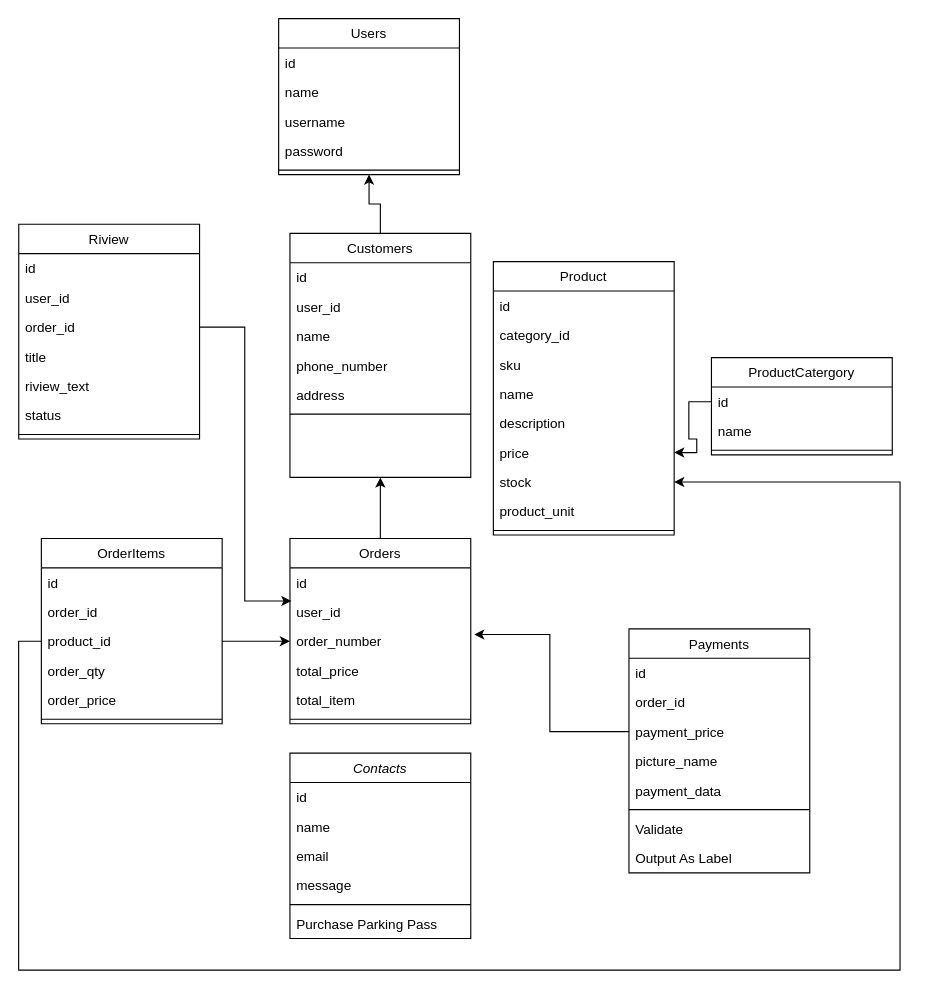
This is page "Page-1" (1 of 7) of File_Proyek3/diagram class.drawio from aldinurhanudin/Vmart_API, a draw.io file, before an edit. Source tidied: cells renumbered, new cells numbered last; positions are measured from the earlier drawing's top-left corner, leaving out a move shared by most shapes. Both pictures are drawn from the tidied source at 113%, with x=0, y=0 at pixel (18, 18).
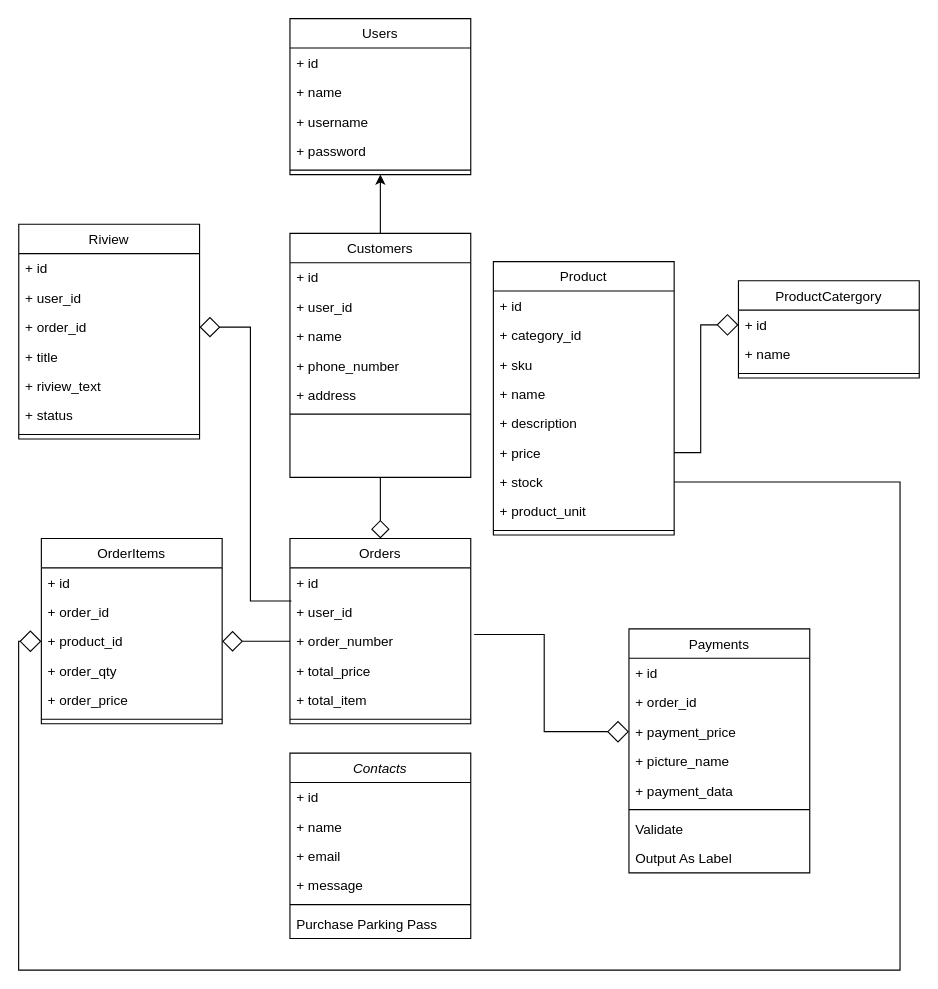
The same diagram, later.

Commit message:
diagram class

The change refers to these unchanged cells:
```xml
<mxCell id="2" value="Contacts" style="swimlane;fontStyle=2;align=center;verticalAlign=top;horizontal=1;startSize=26;rounded=0;shadow=0;strokeWidth=1;" parent="1" vertex="1">
  <mxGeometry x="240.1" y="650" width="160" height="164" as="geometry" />
</mxCell>
<mxCell id="10" value="Customers" style="swimlane;fontStyle=0;align=center;verticalAlign=top;horizontal=1;startSize=26;rounded=0;shadow=0;strokeWidth=1;" parent="1" vertex="1">
  <mxGeometry x="240.1" y="190" width="160" height="216" as="geometry" />
</mxCell>
<mxCell id="17" value="Product" style="swimlane;fontStyle=0;align=center;verticalAlign=top;horizontal=1;startSize=26;rounded=0;shadow=0;strokeWidth=1;" parent="1" vertex="1">
  <mxGeometry x="420.1" y="215" width="160" height="242" as="geometry" />
</mxCell>
<mxCell id="27" value="Payments" style="swimlane;fontStyle=0;align=center;verticalAlign=top;horizontal=1;startSize=26;rounded=0;shadow=0;strokeWidth=1;" parent="1" vertex="1">
  <mxGeometry x="540.1" y="540" width="160" height="216" as="geometry" />
</mxCell>
<mxCell id="43" value="Orders" style="swimlane;fontStyle=0;align=center;verticalAlign=top;horizontal=1;startSize=26;rounded=0;shadow=0;strokeWidth=1;" parent="1" vertex="1">
  <mxGeometry x="240.1" y="460" width="160" height="164" as="geometry" />
</mxCell>
<mxCell id="50" value="OrderItems" style="swimlane;fontStyle=0;align=center;verticalAlign=top;horizontal=1;startSize=26;rounded=0;shadow=0;strokeWidth=1;" parent="1" vertex="1">
  <mxGeometry x="20.1" y="460" width="160" height="164" as="geometry" />
</mxCell>
<mxCell id="61" value="Riview" style="swimlane;fontStyle=0;align=center;verticalAlign=top;horizontal=1;startSize=26;rounded=0;shadow=0;strokeWidth=1;" parent="1" vertex="1">
  <mxGeometry x="0.1" y="182" width="160" height="190" as="geometry" />
</mxCell>
```

Change to the diagram source:
```diff
@@
-    <mxCell id="3" value="id" style="text;align=left;verticalAlign=top;spacingLeft=4;spacingRight=4;overflow=hidden;" parent="2" vertex="1">
+    <mxCell id="3" value="+ id" style="text;align=left;verticalAlign=top;spacingLeft=4;spacingRight=4;overflow=hidden;" parent="2" vertex="1">
       <mxGeometry y="26" width="160" height="26" as="geometry" />
     </mxCell>
-    <mxCell id="4" value="name" style="text;align=left;verticalAlign=top;spacingLeft=4;spacingRight=4;overflow=hidden;rounded=0;shadow=0;html=0;" parent="2" vertex="1">
+    <mxCell id="4" value="+ name" style="text;align=left;verticalAlign=top;spacingLeft=4;spacingRight=4;overflow=hidden;rounded=0;shadow=0;html=0;" parent="2" vertex="1">
       <mxGeometry y="52" width="160" height="26" as="geometry" />
     </mxCell>
-    <mxCell id="5" value="email" style="text;align=left;verticalAlign=top;spacingLeft=4;spacingRight=4;overflow=hidden;rounded=0;shadow=0;html=0;" parent="2" vertex="1">
+    <mxCell id="5" value="+ email" style="text;align=left;verticalAlign=top;spacingLeft=4;spacingRight=4;overflow=hidden;rounded=0;shadow=0;html=0;" parent="2" vertex="1">
       <mxGeometry y="78" width="160" height="26" as="geometry" />
     </mxCell>
-    <mxCell id="6" value="message" style="text;align=left;verticalAlign=top;spacingLeft=4;spacingRight=4;overflow=hidden;rounded=0;shadow=0;html=0;" parent="2" vertex="1">
+    <mxCell id="6" value="+ message" style="text;align=left;verticalAlign=top;spacingLeft=4;spacingRight=4;overflow=hidden;rounded=0;shadow=0;html=0;" parent="2" vertex="1">
       <mxGeometry y="104" width="160" height="26" as="geometry" />
     </mxCell>
@@
-    <mxCell id="11" value="id" style="text;align=left;verticalAlign=top;spacingLeft=4;spacingRight=4;overflow=hidden;" parent="10" vertex="1">
+    <mxCell id="11" value="+ id" style="text;align=left;verticalAlign=top;spacingLeft=4;spacingRight=4;overflow=hidden;" parent="10" vertex="1">
       <mxGeometry y="26" width="160" height="26" as="geometry" />
     </mxCell>
-    <mxCell id="12" value="user_id" style="text;align=left;verticalAlign=top;spacingLeft=4;spacingRight=4;overflow=hidden;rounded=0;shadow=0;html=0;" parent="10" vertex="1">
+    <mxCell id="12" value="+ user_id" style="text;align=left;verticalAlign=top;spacingLeft=4;spacingRight=4;overflow=hidden;rounded=0;shadow=0;html=0;" parent="10" vertex="1">
       <mxGeometry y="52" width="160" height="26" as="geometry" />
     </mxCell>
-    <mxCell id="13" value="name" style="text;align=left;verticalAlign=top;spacingLeft=4;spacingRight=4;overflow=hidden;rounded=0;shadow=0;html=0;" parent="10" vertex="1">
+    <mxCell id="13" value="+ name" style="text;align=left;verticalAlign=top;spacingLeft=4;spacingRight=4;overflow=hidden;rounded=0;shadow=0;html=0;" parent="10" vertex="1">
       <mxGeometry y="78" width="160" height="26" as="geometry" />
     </mxCell>
-    <mxCell id="14" value="phone_number" style="text;align=left;verticalAlign=top;spacingLeft=4;spacingRight=4;overflow=hidden;rounded=0;shadow=0;html=0;" parent="10" vertex="1">
+    <mxCell id="14" value="+ phone_number" style="text;align=left;verticalAlign=top;spacingLeft=4;spacingRight=4;overflow=hidden;rounded=0;shadow=0;html=0;" parent="10" vertex="1">
       <mxGeometry y="104" width="160" height="26" as="geometry" />
     </mxCell>
-    <mxCell id="15" value="address" style="text;align=left;verticalAlign=top;spacingLeft=4;spacingRight=4;overflow=hidden;rounded=0;shadow=0;html=0;" parent="10" vertex="1">
+    <mxCell id="15" value="+ address" style="text;align=left;verticalAlign=top;spacingLeft=4;spacingRight=4;overflow=hidden;rounded=0;shadow=0;html=0;" parent="10" vertex="1">
       <mxGeometry y="130" width="160" height="26" as="geometry" />
     </mxCell>
@@
-    <mxCell id="18" value="id" style="text;align=left;verticalAlign=top;spacingLeft=4;spacingRight=4;overflow=hidden;" parent="17" vertex="1">
+    <mxCell id="18" value="+ id" style="text;align=left;verticalAlign=top;spacingLeft=4;spacingRight=4;overflow=hidden;" parent="17" vertex="1">
       <mxGeometry y="26" width="160" height="26" as="geometry" />
     </mxCell>
-    <mxCell id="19" value="category_id" style="text;align=left;verticalAlign=top;spacingLeft=4;spacingRight=4;overflow=hidden;" parent="17" vertex="1">
+    <mxCell id="19" value="+ category_id" style="text;align=left;verticalAlign=top;spacingLeft=4;spacingRight=4;overflow=hidden;" parent="17" vertex="1">
       <mxGeometry y="52" width="160" height="26" as="geometry" />
     </mxCell>
-    <mxCell id="20" value="sku" style="text;align=left;verticalAlign=top;spacingLeft=4;spacingRight=4;overflow=hidden;" parent="17" vertex="1">
+    <mxCell id="20" value="+ sku" style="text;align=left;verticalAlign=top;spacingLeft=4;spacingRight=4;overflow=hidden;" parent="17" vertex="1">
       <mxGeometry y="78" width="160" height="26" as="geometry" />
     </mxCell>
-    <mxCell id="21" value="name" style="text;align=left;verticalAlign=top;spacingLeft=4;spacingRight=4;overflow=hidden;" parent="17" vertex="1">
+    <mxCell id="21" value="+ name" style="text;align=left;verticalAlign=top;spacingLeft=4;spacingRight=4;overflow=hidden;" parent="17" vertex="1">
       <mxGeometry y="104" width="160" height="26" as="geometry" />
     </mxCell>
-    <mxCell id="22" value="description" style="text;align=left;verticalAlign=top;spacingLeft=4;spacingRight=4;overflow=hidden;" parent="17" vertex="1">
+    <mxCell id="22" value="+ description" style="text;align=left;verticalAlign=top;spacingLeft=4;spacingRight=4;overflow=hidden;" parent="17" vertex="1">
       <mxGeometry y="130" width="160" height="26" as="geometry" />
     </mxCell>
-    <mxCell id="23" value="price" style="text;align=left;verticalAlign=top;spacingLeft=4;spacingRight=4;overflow=hidden;points=[[0,0.5],[1,0.5]];portConstraint=eastwest;" parent="17" vertex="1">
+    <mxCell id="23" value="+ price" style="text;align=left;verticalAlign=top;spacingLeft=4;spacingRight=4;overflow=hidden;points=[[0,0.5],[1,0.5]];portConstraint=eastwest;" parent="17" vertex="1">
       <mxGeometry y="156" width="160" height="26" as="geometry" />
     </mxCell>
-    <mxCell id="24" value="stock" style="text;align=left;verticalAlign=top;spacingLeft=4;spacingRight=4;overflow=hidden;points=[[0,0.5],[1,0.5]];portConstraint=eastwest;" parent="17" vertex="1">
+    <mxCell id="24" value="+ stock" style="text;align=left;verticalAlign=top;spacingLeft=4;spacingRight=4;overflow=hidden;points=[[0,0.5],[1,0.5]];portConstraint=eastwest;" parent="17" vertex="1">
       <mxGeometry y="182" width="160" height="26" as="geometry" />
     </mxCell>
-    <mxCell id="25" value="product_unit" style="text;align=left;verticalAlign=top;spacingLeft=4;spacingRight=4;overflow=hidden;" parent="17" vertex="1">
+    <mxCell id="25" value="+ product_unit" style="text;align=left;verticalAlign=top;spacingLeft=4;spacingRight=4;overflow=hidden;" parent="17" vertex="1">
       <mxGeometry y="208" width="160" height="26" as="geometry" />
     </mxCell>
@@
-    <mxCell id="28" value="id" style="text;align=left;verticalAlign=top;spacingLeft=4;spacingRight=4;overflow=hidden;" parent="27" vertex="1">
+    <mxCell id="28" value="+ id" style="text;align=left;verticalAlign=top;spacingLeft=4;spacingRight=4;overflow=hidden;" parent="27" vertex="1">
       <mxGeometry y="26" width="160" height="26" as="geometry" />
     </mxCell>
-    <mxCell id="29" value="order_id" style="text;align=left;verticalAlign=top;spacingLeft=4;spacingRight=4;overflow=hidden;rounded=0;shadow=0;html=0;" parent="27" vertex="1">
+    <mxCell id="29" value="+ order_id" style="text;align=left;verticalAlign=top;spacingLeft=4;spacingRight=4;overflow=hidden;rounded=0;shadow=0;html=0;" parent="27" vertex="1">
       <mxGeometry y="52" width="160" height="26" as="geometry" />
     </mxCell>
-    <mxCell id="30" value="payment_price" style="text;align=left;verticalAlign=top;spacingLeft=4;spacingRight=4;overflow=hidden;points=[[0,0.5],[1,0.5]];portConstraint=eastwest;rounded=0;shadow=0;html=0;" parent="27" vertex="1">
+    <mxCell id="30" value="+ payment_price" style="text;align=left;verticalAlign=top;spacingLeft=4;spacingRight=4;overflow=hidden;points=[[0,0.5],[1,0.5]];portConstraint=eastwest;rounded=0;shadow=0;html=0;" parent="27" vertex="1">
       <mxGeometry y="78" width="160" height="26" as="geometry" />
     </mxCell>
-    <mxCell id="31" value="picture_name" style="text;align=left;verticalAlign=top;spacingLeft=4;spacingRight=4;overflow=hidden;rounded=0;shadow=0;html=0;" parent="27" vertex="1">
+    <mxCell id="31" value="+ picture_name" style="text;align=left;verticalAlign=top;spacingLeft=4;spacingRight=4;overflow=hidden;rounded=0;shadow=0;html=0;" parent="27" vertex="1">
       <mxGeometry y="104" width="160" height="26" as="geometry" />
     </mxCell>
-    <mxCell id="32" value="payment_data" style="text;align=left;verticalAlign=top;spacingLeft=4;spacingRight=4;overflow=hidden;rounded=0;shadow=0;html=0;" parent="27" vertex="1">
+    <mxCell id="32" value="+ payment_data" style="text;align=left;verticalAlign=top;spacingLeft=4;spacingRight=4;overflow=hidden;rounded=0;shadow=0;html=0;" parent="27" vertex="1">
       <mxGeometry y="130" width="160" height="26" as="geometry" />
     </mxCell>
@@
     <mxCell id="36" value="Users" style="swimlane;fontStyle=0;align=center;verticalAlign=top;horizontal=1;startSize=26;rounded=0;shadow=0;strokeWidth=1;" parent="1" vertex="1">
-      <mxGeometry x="230.1" width="160" height="138" as="geometry" />
+      <mxGeometry x="240.1" width="160" height="138" as="geometry" />
     </mxCell>
-    <mxCell id="37" value="id" style="text;align=left;verticalAlign=top;spacingLeft=4;spacingRight=4;overflow=hidden;" parent="36" vertex="1">
+    <mxCell id="37" value="+ id" style="text;align=left;verticalAlign=top;spacingLeft=4;spacingRight=4;overflow=hidden;" parent="36" vertex="1">
       <mxGeometry y="26" width="160" height="26" as="geometry" />
     </mxCell>
-    <mxCell id="38" value="name" style="text;align=left;verticalAlign=top;spacingLeft=4;spacingRight=4;overflow=hidden;" parent="36" vertex="1">
+    <mxCell id="38" value="+ name" style="text;align=left;verticalAlign=top;spacingLeft=4;spacingRight=4;overflow=hidden;" parent="36" vertex="1">
       <mxGeometry y="52" width="160" height="26" as="geometry" />
     </mxCell>
-    <mxCell id="39" value="username" style="text;align=left;verticalAlign=top;spacingLeft=4;spacingRight=4;overflow=hidden;" parent="36" vertex="1">
+    <mxCell id="39" value="+ username" style="text;align=left;verticalAlign=top;spacingLeft=4;spacingRight=4;overflow=hidden;" parent="36" vertex="1">
       <mxGeometry y="78" width="160" height="26" as="geometry" />
     </mxCell>
-    <mxCell id="40" value="password" style="text;align=left;verticalAlign=top;spacingLeft=4;spacingRight=4;overflow=hidden;" parent="36" vertex="1">
+    <mxCell id="40" value="+ password" style="text;align=left;verticalAlign=top;spacingLeft=4;spacingRight=4;overflow=hidden;" parent="36" vertex="1">
       <mxGeometry y="104" width="160" height="26" as="geometry" />
     </mxCell>
@@
-    <mxCell id="42" style="edgeStyle=orthogonalEdgeStyle;rounded=0;jettySize=auto;html=1;exitX=0.5;exitY=0;exitDx=0;exitDy=0;entryX=0.5;entryY=1;entryDx=0;entryDy=0;" parent="1" edge="1" source="43" target="10">
+    <mxCell id="42" style="edgeStyle=orthogonalEdgeStyle;rounded=0;jettySize=auto;html=1;exitX=0.5;exitY=0;exitDx=0;exitDy=0;entryX=0.5;entryY=1;entryDx=0;entryDy=0;startArrow=diamond;startFill=0;endArrow=none;endFill=0;startSize=14;" parent="1" edge="1" source="43" target="10">
       <mxGeometry relative="1" as="geometry" />
     </mxCell>
@@
-    <mxCell id="44" value="id" style="text;align=left;verticalAlign=top;spacingLeft=4;spacingRight=4;overflow=hidden;" parent="43" vertex="1">
+    <mxCell id="44" value="+ id" style="text;align=left;verticalAlign=top;spacingLeft=4;spacingRight=4;overflow=hidden;" parent="43" vertex="1">
       <mxGeometry y="26" width="160" height="26" as="geometry" />
     </mxCell>
-    <mxCell id="45" value="user_id" style="text;align=left;verticalAlign=top;spacingLeft=4;spacingRight=4;overflow=hidden;points=[[0,0.5],[1,0.5]];portConstraint=eastwest;" parent="43" vertex="1">
+    <mxCell id="45" value="+ user_id" style="text;align=left;verticalAlign=top;spacingLeft=4;spacingRight=4;overflow=hidden;points=[[0,0.5],[1,0.5]];portConstraint=eastwest;" parent="43" vertex="1">
       <mxGeometry y="52" width="160" height="26" as="geometry" />
     </mxCell>
-    <mxCell id="46" value="order_number" style="text;align=left;verticalAlign=top;spacingLeft=4;spacingRight=4;overflow=hidden;points=[[0,0.5],[1,0.5]];portConstraint=eastwest;" parent="43" vertex="1">
+    <mxCell id="46" value="+ order_number" style="text;align=left;verticalAlign=top;spacingLeft=4;spacingRight=4;overflow=hidden;points=[[0,0.5],[1,0.5]];portConstraint=eastwest;" parent="43" vertex="1">
       <mxGeometry y="78" width="160" height="26" as="geometry" />
     </mxCell>
-    <mxCell id="47" value="total_price" style="text;align=left;verticalAlign=top;spacingLeft=4;spacingRight=4;overflow=hidden;" parent="43" vertex="1">
+    <mxCell id="47" value="+ total_price" style="text;align=left;verticalAlign=top;spacingLeft=4;spacingRight=4;overflow=hidden;" parent="43" vertex="1">
       <mxGeometry y="104" width="160" height="26" as="geometry" />
     </mxCell>
-    <mxCell id="48" value="total_item" style="text;align=left;verticalAlign=top;spacingLeft=4;spacingRight=4;overflow=hidden;" parent="43" vertex="1">
+    <mxCell id="48" value="+ total_item" style="text;align=left;verticalAlign=top;spacingLeft=4;spacingRight=4;overflow=hidden;" parent="43" vertex="1">
       <mxGeometry y="130" width="160" height="26" as="geometry" />
     </mxCell>
@@
-    <mxCell id="51" value="id" style="text;align=left;verticalAlign=top;spacingLeft=4;spacingRight=4;overflow=hidden;" parent="50" vertex="1">
+    <mxCell id="51" value="+ id" style="text;align=left;verticalAlign=top;spacingLeft=4;spacingRight=4;overflow=hidden;" parent="50" vertex="1">
       <mxGeometry y="26" width="160" height="26" as="geometry" />
     </mxCell>
-    <mxCell id="52" value="order_id" style="text;align=left;verticalAlign=top;spacingLeft=4;spacingRight=4;overflow=hidden;" parent="50" vertex="1">
+    <mxCell id="52" value="+ order_id" style="text;align=left;verticalAlign=top;spacingLeft=4;spacingRight=4;overflow=hidden;" parent="50" vertex="1">
       <mxGeometry y="52" width="160" height="26" as="geometry" />
     </mxCell>
-    <mxCell id="53" value="product_id" style="text;align=left;verticalAlign=top;spacingLeft=4;spacingRight=4;overflow=hidden;points=[[0,0.5],[1,0.5]];portConstraint=eastwest;" parent="50" vertex="1">
+    <mxCell id="53" value="+ product_id" style="text;align=left;verticalAlign=top;spacingLeft=4;spacingRight=4;overflow=hidden;points=[[0,0.5],[1,0.5]];portConstraint=eastwest;" parent="50" vertex="1">
       <mxGeometry y="78" width="160" height="26" as="geometry" />
     </mxCell>
-    <mxCell id="54" value="order_qty" style="text;align=left;verticalAlign=top;spacingLeft=4;spacingRight=4;overflow=hidden;" parent="50" vertex="1">
+    <mxCell id="54" value="+ order_qty" style="text;align=left;verticalAlign=top;spacingLeft=4;spacingRight=4;overflow=hidden;" parent="50" vertex="1">
       <mxGeometry y="104" width="160" height="26" as="geometry" />
     </mxCell>
-    <mxCell id="55" value="order_price" style="text;align=left;verticalAlign=top;spacingLeft=4;spacingRight=4;overflow=hidden;" parent="50" vertex="1">
+    <mxCell id="55" value="+ order_price" style="text;align=left;verticalAlign=top;spacingLeft=4;spacingRight=4;overflow=hidden;" parent="50" vertex="1">
       <mxGeometry y="130" width="160" height="26" as="geometry" />
     </mxCell>
@@
     <mxCell id="57" value="ProductCatergory" style="swimlane;fontStyle=0;align=center;verticalAlign=top;horizontal=1;startSize=26;rounded=0;shadow=0;strokeWidth=1;" parent="1" vertex="1">
-      <mxGeometry x="613.1" y="300" width="160" height="86" as="geometry" />
+      <mxGeometry x="637" y="232" width="160" height="86" as="geometry" />
     </mxCell>
-    <mxCell id="58" value="id" style="text;align=left;verticalAlign=top;spacingLeft=4;spacingRight=4;overflow=hidden;points=[[0,0.5],[1,0.5]];portConstraint=eastwest;" parent="57" vertex="1">
+    <mxCell id="58" value="+ id" style="text;align=left;verticalAlign=top;spacingLeft=4;spacingRight=4;overflow=hidden;points=[[0,0.5],[1,0.5]];portConstraint=eastwest;" parent="57" vertex="1">
       <mxGeometry y="26" width="160" height="26" as="geometry" />
     </mxCell>
-    <mxCell id="59" value="name" style="text;align=left;verticalAlign=top;spacingLeft=4;spacingRight=4;overflow=hidden;" parent="57" vertex="1">
+    <mxCell id="59" value="+ name" style="text;align=left;verticalAlign=top;spacingLeft=4;spacingRight=4;overflow=hidden;" parent="57" vertex="1">
       <mxGeometry y="52" width="160" height="26" as="geometry" />
     </mxCell>
@@
-    <mxCell id="62" value="id" style="text;align=left;verticalAlign=top;spacingLeft=4;spacingRight=4;overflow=hidden;" parent="61" vertex="1">
+    <mxCell id="62" value="+ id" style="text;align=left;verticalAlign=top;spacingLeft=4;spacingRight=4;overflow=hidden;" parent="61" vertex="1">
       <mxGeometry y="26" width="160" height="26" as="geometry" />
     </mxCell>
-    <mxCell id="63" value="user_id" style="text;align=left;verticalAlign=top;spacingLeft=4;spacingRight=4;overflow=hidden;" parent="61" vertex="1">
+    <mxCell id="63" value="+ user_id" style="text;align=left;verticalAlign=top;spacingLeft=4;spacingRight=4;overflow=hidden;" parent="61" vertex="1">
       <mxGeometry y="52" width="160" height="26" as="geometry" />
     </mxCell>
-    <mxCell id="64" value="order_id" style="text;align=left;verticalAlign=top;spacingLeft=4;spacingRight=4;overflow=hidden;points=[[0,0.5],[1,0.5]];portConstraint=eastwest;" parent="61" vertex="1">
+    <mxCell id="64" value="+ order_id" style="text;align=left;verticalAlign=top;spacingLeft=4;spacingRight=4;overflow=hidden;points=[[0,0.5],[1,0.5]];portConstraint=eastwest;" parent="61" vertex="1">
       <mxGeometry y="78" width="160" height="26" as="geometry" />
     </mxCell>
-    <mxCell id="65" value="title" style="text;align=left;verticalAlign=top;spacingLeft=4;spacingRight=4;overflow=hidden;" parent="61" vertex="1">
+    <mxCell id="65" value="+ title" style="text;align=left;verticalAlign=top;spacingLeft=4;spacingRight=4;overflow=hidden;" parent="61" vertex="1">
       <mxGeometry y="104" width="160" height="26" as="geometry" />
     </mxCell>
-    <mxCell id="66" value="riview_text" style="text;align=left;verticalAlign=top;spacingLeft=4;spacingRight=4;overflow=hidden;" parent="61" vertex="1">
+    <mxCell id="66" value="+ riview_text" style="text;align=left;verticalAlign=top;spacingLeft=4;spacingRight=4;overflow=hidden;" parent="61" vertex="1">
       <mxGeometry y="130" width="160" height="26" as="geometry" />
     </mxCell>
-    <mxCell id="67" value="status" style="text;align=left;verticalAlign=top;spacingLeft=4;spacingRight=4;overflow=hidden;" parent="61" vertex="1">
+    <mxCell id="67" value="+ status" style="text;align=left;verticalAlign=top;spacingLeft=4;spacingRight=4;overflow=hidden;" parent="61" vertex="1">
       <mxGeometry y="156" width="160" height="26" as="geometry" />
     </mxCell>
@@
-    <mxCell id="69" style="edgeStyle=orthogonalEdgeStyle;rounded=0;jettySize=auto;html=1;exitX=0;exitY=0.5;exitDx=0;exitDy=0;entryX=1;entryY=0.5;entryDx=0;entryDy=0;" parent="1" edge="1" source="58" target="23">
+    <mxCell id="69" style="edgeStyle=orthogonalEdgeStyle;rounded=0;jettySize=auto;html=1;exitX=0;exitY=0.5;exitDx=0;exitDy=0;entryX=1;entryY=0.5;entryDx=0;entryDy=0;startArrow=diamond;startFill=0;endArrow=none;endFill=0;startSize=17;" parent="1" edge="1" source="58" target="23">
       <mxGeometry relative="1" as="geometry" />
     </mxCell>
-    <mxCell id="70" style="edgeStyle=orthogonalEdgeStyle;rounded=0;jettySize=auto;html=1;exitX=0;exitY=0.5;exitDx=0;exitDy=0;entryX=1.019;entryY=1.269;entryDx=0;entryDy=0;entryPerimeter=0;" parent="1" edge="1" source="30" target="45">
+    <mxCell id="70" style="edgeStyle=orthogonalEdgeStyle;rounded=0;jettySize=auto;html=1;exitX=0;exitY=0.5;exitDx=0;exitDy=0;entryX=1.019;entryY=1.269;entryDx=0;entryDy=0;entryPerimeter=0;startArrow=diamond;startFill=0;startSize=17;endArrow=none;endFill=0;" parent="1" edge="1" source="30" target="45">
       <mxGeometry relative="1" as="geometry" />
     </mxCell>
-    <mxCell id="71" style="edgeStyle=orthogonalEdgeStyle;rounded=0;jettySize=auto;html=1;exitX=1;exitY=0.5;exitDx=0;exitDy=0;entryX=0;entryY=0.5;entryDx=0;entryDy=0;" parent="1" edge="1" source="53" target="46">
+    <mxCell id="71" style="edgeStyle=orthogonalEdgeStyle;rounded=0;jettySize=auto;html=1;exitX=1;exitY=0.5;exitDx=0;exitDy=0;entryX=0;entryY=0.5;entryDx=0;entryDy=0;endArrow=none;endFill=0;startArrow=diamond;startFill=0;startSize=16;" parent="1" edge="1" source="53" target="46">
       <mxGeometry relative="1" as="geometry" />
     </mxCell>
-    <mxCell id="72" style="edgeStyle=orthogonalEdgeStyle;rounded=0;jettySize=auto;html=1;exitX=1;exitY=0.5;exitDx=0;exitDy=0;entryX=0.008;entryY=0.129;entryDx=0;entryDy=0;entryPerimeter=0;" parent="1" edge="1" source="64" target="45">
+    <mxCell id="72" style="edgeStyle=orthogonalEdgeStyle;rounded=0;jettySize=auto;html=1;exitX=1;exitY=0.5;exitDx=0;exitDy=0;entryX=0.008;entryY=0.129;entryDx=0;entryDy=0;entryPerimeter=0;startArrow=diamond;startFill=0;endArrow=none;endFill=0;startSize=16;" parent="1" edge="1" source="64" target="45">
       <mxGeometry relative="1" as="geometry" />
     </mxCell>
-    <mxCell id="73" style="edgeStyle=orthogonalEdgeStyle;rounded=0;jettySize=auto;html=1;exitX=0;exitY=0.5;exitDx=0;exitDy=0;entryX=1;entryY=0.5;entryDx=0;entryDy=0;" parent="1" edge="1" source="53" target="24">
+    <mxCell id="73" style="edgeStyle=orthogonalEdgeStyle;rounded=0;jettySize=auto;html=1;exitX=0;exitY=0.5;exitDx=0;exitDy=0;entryX=1;entryY=0.5;entryDx=0;entryDy=0;startArrow=diamond;startFill=0;endArrow=none;endFill=0;startSize=17;" parent="1" edge="1" source="53" target="24">
       <mxGeometry relative="1" as="geometry">
         <Array as="points">
           <mxPoint y="551" />
           <mxPoint y="842" />
           <mxPoint x="780" y="842" />
           <mxPoint x="780" y="410" />
         </Array>
       </mxGeometry>
     </mxCell>
```
